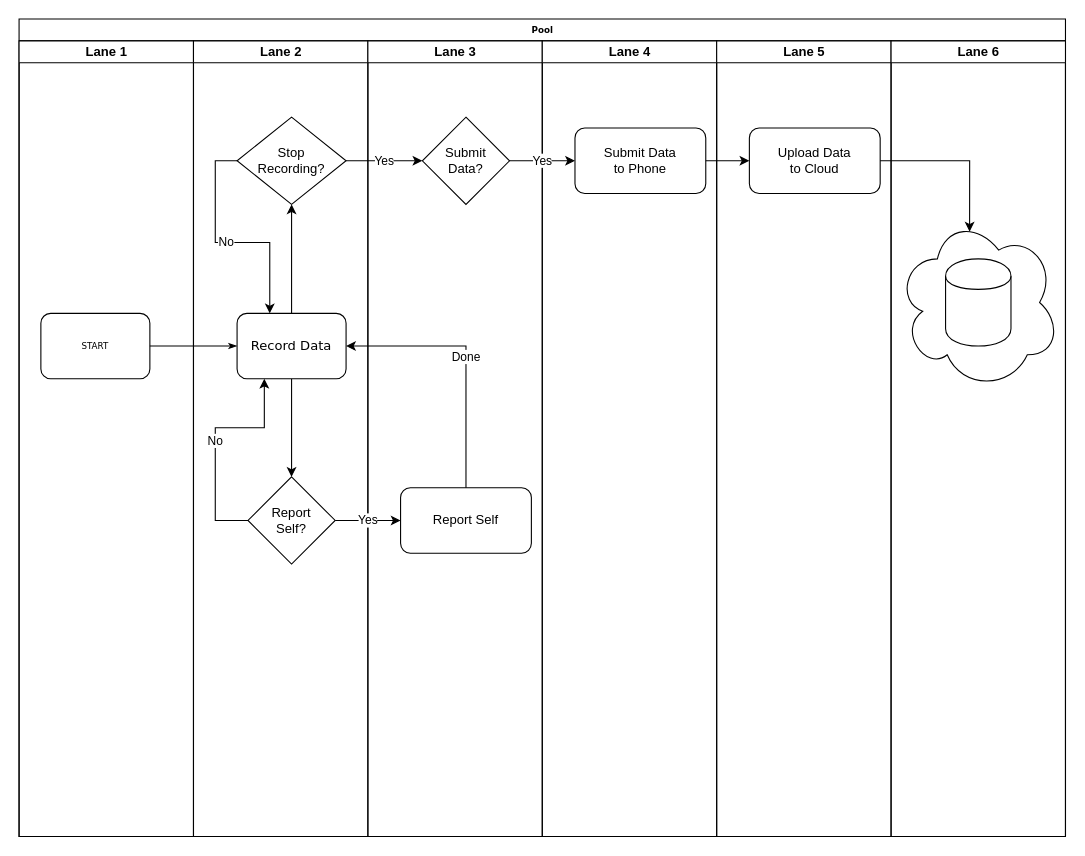
The draw.io diagram Untitled Diagram.drawio in chrisogonas/uploadFiles, before the edit. Source tidied: cells renumbered, new cells numbered last; positions are measured from the earlier drawing's top-left corner, leaving out a move shared by most shapes. Both pictures are drawn from the tidied source at 109%, with x=0, y=0 at pixel (19, 19).
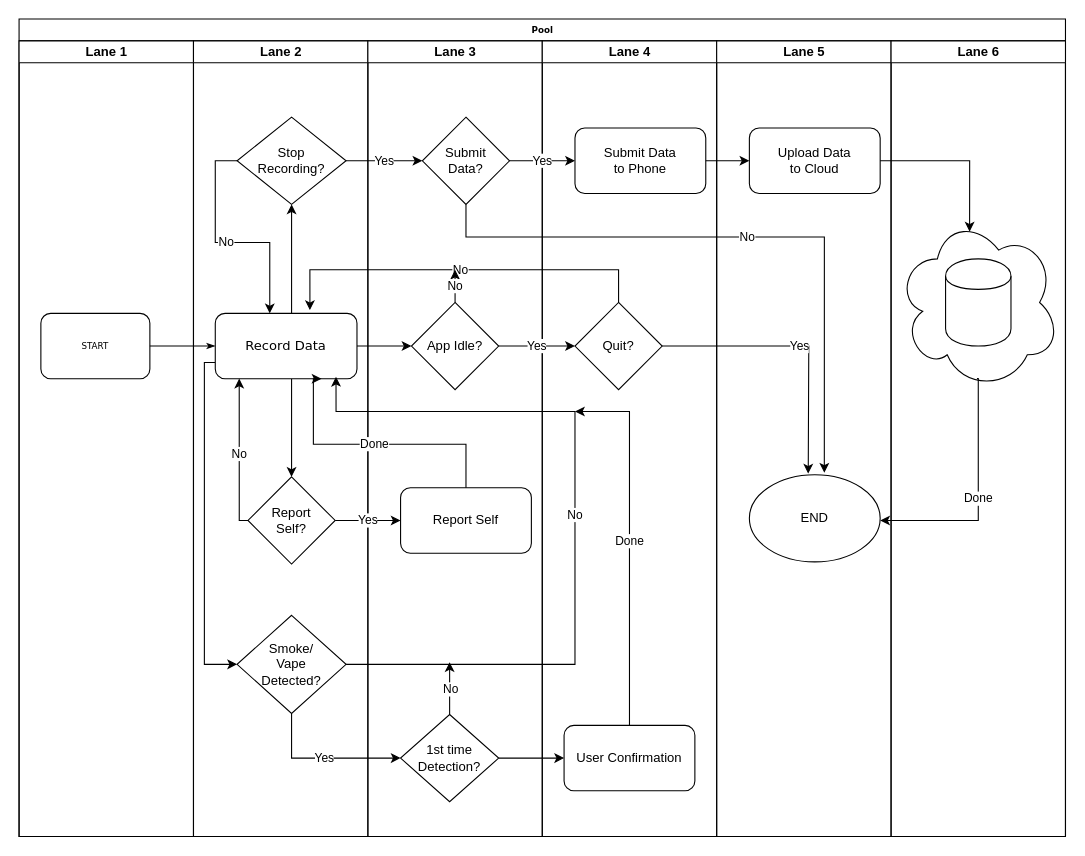
The same page after the edit.

The change refers to these unchanged cells:
```xml
<mxCell id="2" value="Pool" style="swimlane;html=1;startSize=20;rounded=0;shadow=0;labelBackgroundColor=none;strokeWidth=1;fontFamily=Verdana;fontSize=8;align=center;" parent="1" vertex="1">
  <mxGeometry width="960" height="750" as="geometry" />
</mxCell>
<mxCell id="14" value="Lane 2" style="swimlane;html=1;startSize=20;" parent="2" vertex="1">
  <mxGeometry x="160" y="20" width="160" height="730" as="geometry" />
</mxCell>
<mxCell id="15" value="Stop&lt;br&gt;Recording?" style="rhombus;whiteSpace=wrap;html=1;" parent="14" vertex="1">
  <mxGeometry x="40" y="70" width="100" height="80" as="geometry" />
</mxCell>
<mxCell id="20" value="Report&lt;br&gt;Self?" style="rhombus;whiteSpace=wrap;html=1;" parent="14" vertex="1">
  <mxGeometry x="50" y="400" width="80" height="80" as="geometry" />
</mxCell>
<mxCell id="21" value="Lane 3" style="swimlane;html=1;startSize=20;" parent="2" vertex="1">
  <mxGeometry x="320" y="20" width="160" height="730" as="geometry" />
</mxCell>
<mxCell id="22" value="Report Self" style="rounded=1;whiteSpace=wrap;html=1;" parent="21" vertex="1">
  <mxGeometry x="30" y="410" width="120" height="60" as="geometry" />
</mxCell>
<mxCell id="23" value="Submit&lt;br&gt;Data?" style="rhombus;whiteSpace=wrap;html=1;" parent="21" vertex="1">
  <mxGeometry x="50" y="70" width="80" height="80" as="geometry" />
</mxCell>
<mxCell id="24" value="Lane 4" style="swimlane;html=1;startSize=20;" parent="2" vertex="1">
  <mxGeometry x="480" y="20" width="160" height="730" as="geometry" />
</mxCell>
<mxCell id="27" value="Lane 5" style="swimlane;html=1;startSize=20;" parent="2" vertex="1">
  <mxGeometry x="640" y="20" width="160" height="730" as="geometry" />
</mxCell>
<mxCell id="30" style="ellipse;shape=cloud;whiteSpace=wrap;html=1;" parent="29" vertex="1">
  <mxGeometry x="5" y="160" width="150" height="160" as="geometry" />
</mxCell>
```

Change to the diagram source:
```diff
@@
     <mxCell id="16" style="edgeStyle=orthogonalEdgeStyle;rounded=0;comic=0;jettySize=auto;html=1;shadow=0;strokeColor=#000000;entryX=0.5;entryY=0;entryDx=0;entryDy=0;" parent="14" edge="1" source="17" target="20">
-      <mxGeometry relative="1" as="geometry" />
+      <mxGeometry relative="1" as="geometry">
+        <Array as="points">
+          <mxPoint x="90" y="330" />
+          <mxPoint x="90" y="330" />
+        </Array>
+      </mxGeometry>
     </mxCell>
+    <mxCell id="38" style="edgeStyle=orthogonalEdgeStyle;rounded=0;comic=0;jettySize=auto;html=1;exitX=0;exitY=0.75;exitDx=0;exitDy=0;entryX=0;entryY=0.5;entryDx=0;entryDy=0;shadow=0;strokeColor=#000000;" parent="14" edge="1" source="17" target="39">
+      <mxGeometry relative="1" as="geometry">
+        <Array as="points">
+          <mxPoint x="10" y="295" />
+          <mxPoint x="10" y="572" />
+        </Array>
+      </mxGeometry>
+    </mxCell>
     <mxCell id="17" value="&lt;font style=&quot;font-size: 12px&quot;&gt;Record Data&lt;/font&gt;" style="rounded=1;whiteSpace=wrap;html=1;shadow=0;labelBackgroundColor=none;strokeWidth=1;fontFamily=Verdana;fontSize=8;align=center;" parent="14" vertex="1">
-      <mxGeometry x="40" y="250" width="100" height="60" as="geometry" />
+      <mxGeometry x="20" y="250" width="130" height="60" as="geometry" />
     </mxCell>
     <mxCell id="18" style="edgeStyle=orthogonalEdgeStyle;rounded=0;jettySize=auto;html=1;" parent="14" edge="1" source="17" target="15">
-      <mxGeometry relative="1" as="geometry" />
+      <mxGeometry relative="1" as="geometry">
+        <Array as="points">
+          <mxPoint x="90" y="230" />
+          <mxPoint x="90" y="230" />
+        </Array>
+      </mxGeometry>
     </mxCell>
-    <mxCell id="19" value="No" style="edgeStyle=orthogonalEdgeStyle;rounded=0;comic=0;jettySize=auto;html=1;entryX=0.25;entryY=1;entryDx=0;entryDy=0;shadow=0;strokeColor=#000000;" parent="14" edge="1" source="20" target="17">
+    <mxCell id="19" value="No" style="edgeStyle=orthogonalEdgeStyle;rounded=0;comic=0;jettySize=auto;html=1;entryX=0.169;entryY=0.997;entryDx=0;entryDy=0;shadow=0;strokeColor=#000000;entryPerimeter=0;" parent="14" edge="1" source="20" target="17">
       <mxGeometry relative="1" as="geometry">
         <Array as="points">
-          <mxPoint x="20" y="440" />
-          <mxPoint x="20" y="355" />
-          <mxPoint x="65" y="355" />
+          <mxPoint x="42" y="440" />
         </Array>
       </mxGeometry>
     </mxCell>
@@
+    <mxCell id="39" value="Smoke/&lt;br&gt;Vape&lt;br&gt;Detected?" style="rhombus;whiteSpace=wrap;html=1;" parent="14" vertex="1">
+      <mxGeometry x="40" y="527" width="100" height="90" as="geometry" />
+    </mxCell>
+    <mxCell id="40" value="No" style="edgeStyle=orthogonalEdgeStyle;rounded=0;comic=0;jettySize=auto;html=1;shadow=0;strokeColor=#000000;entryX=0.852;entryY=0.97;entryDx=0;entryDy=0;entryPerimeter=0;" parent="14" edge="1" source="39" target="17">
+      <mxGeometry relative="1" as="geometry">
+        <Array as="points">
+          <mxPoint x="350" y="572" />
+          <mxPoint x="350" y="340" />
+          <mxPoint x="131" y="340" />
+        </Array>
+      </mxGeometry>
+    </mxCell>
@@
+    <mxCell id="41" value="1st time&lt;br&gt;Detection?" style="rhombus;whiteSpace=wrap;html=1;" parent="21" vertex="1">
+      <mxGeometry x="30" y="618" width="90" height="80" as="geometry" />
+    </mxCell>
@@
+    <mxCell id="42" value="App Idle?" style="rhombus;whiteSpace=wrap;html=1;" parent="21" vertex="1">
+      <mxGeometry x="40" y="240" width="80" height="80" as="geometry" />
+    </mxCell>
@@
+    <mxCell id="43" value="Quit?" style="rhombus;whiteSpace=wrap;html=1;" parent="24" vertex="1">
+      <mxGeometry x="30" y="240" width="80" height="80" as="geometry" />
+    </mxCell>
@@
+    <mxCell id="44" value="User Confirmation" style="rounded=1;whiteSpace=wrap;html=1;" parent="24" vertex="1">
+      <mxGeometry x="20" y="628" width="120" height="60" as="geometry" />
+    </mxCell>
@@
+    <mxCell id="45" value="END" style="ellipse;whiteSpace=wrap;html=1;" parent="27" vertex="1">
+      <mxGeometry x="30" y="398" width="120" height="80" as="geometry" />
+    </mxCell>
@@
-    <mxCell id="33" value="Done" style="edgeStyle=orthogonalEdgeStyle;rounded=0;comic=0;jettySize=auto;html=1;shadow=0;strokeColor=#000000;entryX=1;entryY=0.5;entryDx=0;entryDy=0;" parent="2" edge="1" source="22" target="17">
+    <mxCell id="33" value="Done" style="edgeStyle=orthogonalEdgeStyle;rounded=0;comic=0;jettySize=auto;html=1;shadow=0;strokeColor=#000000;entryX=0.75;entryY=1;entryDx=0;entryDy=0;" parent="2" edge="1" source="22" target="17">
       <mxGeometry relative="1" as="geometry">
         <Array as="points">
-          <mxPoint x="410" y="300" />
+          <mxPoint x="410" y="390" />
+          <mxPoint x="270" y="390" />
         </Array>
       </mxGeometry>
     </mxCell>
@@
+    <mxCell id="46" style="edgeStyle=orthogonalEdgeStyle;rounded=0;comic=0;jettySize=auto;html=1;shadow=0;strokeColor=#000000;" parent="2" edge="1" source="17" target="42">
+      <mxGeometry relative="1" as="geometry" />
+    </mxCell>
+    <mxCell id="47" value="Yes" style="edgeStyle=orthogonalEdgeStyle;rounded=0;comic=0;jettySize=auto;html=1;shadow=0;strokeColor=#000000;" parent="2" edge="1" source="42" target="43">
+      <mxGeometry relative="1" as="geometry" />
+    </mxCell>
+    <mxCell id="48" value="No" style="edgeStyle=orthogonalEdgeStyle;rounded=0;comic=0;jettySize=auto;html=1;shadow=0;strokeColor=#000000;entryX=0.668;entryY=-0.05;entryDx=0;entryDy=0;entryPerimeter=0;" parent="2" edge="1" source="43" target="17">
+      <mxGeometry relative="1" as="geometry">
+        <Array as="points">
+          <mxPoint x="550" y="230" />
+          <mxPoint x="267" y="230" />
+        </Array>
+      </mxGeometry>
+    </mxCell>
+    <mxCell id="49" value="Yes" style="edgeStyle=orthogonalEdgeStyle;rounded=0;comic=0;jettySize=auto;html=1;shadow=0;strokeColor=#000000;" parent="2" edge="1" source="43">
+      <mxGeometry relative="1" as="geometry">
+        <mxPoint x="724" y="417" as="targetPoint" />
+      </mxGeometry>
+    </mxCell>
+    <mxCell id="50" value="No" style="edgeStyle=orthogonalEdgeStyle;rounded=0;comic=0;jettySize=auto;html=1;shadow=0;strokeColor=#000000;entryX=0.573;entryY=-0.022;entryDx=0;entryDy=0;entryPerimeter=0;" parent="2" edge="1" source="23" target="45">
+      <mxGeometry relative="1" as="geometry">
+        <Array as="points">
+          <mxPoint x="410" y="200" />
+          <mxPoint x="739" y="200" />
+        </Array>
+      </mxGeometry>
+    </mxCell>
+    <mxCell id="51" value="Yes" style="edgeStyle=orthogonalEdgeStyle;rounded=0;comic=0;jettySize=auto;html=1;entryX=0;entryY=0.5;entryDx=0;entryDy=0;shadow=0;strokeColor=#000000;" parent="2" edge="1" source="39" target="41">
+      <mxGeometry relative="1" as="geometry">
+        <Array as="points">
+          <mxPoint x="250" y="678" />
+        </Array>
+      </mxGeometry>
+    </mxCell>
+    <mxCell id="52" style="edgeStyle=orthogonalEdgeStyle;rounded=0;comic=0;jettySize=auto;html=1;shadow=0;strokeColor=#000000;" parent="2" edge="1" source="41" target="44">
+      <mxGeometry relative="1" as="geometry" />
+    </mxCell>
@@
+    <mxCell id="53" value="No" style="edgeStyle=orthogonalEdgeStyle;rounded=0;comic=0;jettySize=auto;html=1;shadow=0;strokeColor=#000000;" parent="1" edge="1" source="42">
+      <mxGeometry relative="1" as="geometry">
+        <mxPoint x="400" y="230" as="targetPoint" />
+      </mxGeometry>
+    </mxCell>
+    <mxCell id="54" value="Done" style="edgeStyle=orthogonalEdgeStyle;rounded=0;comic=0;jettySize=auto;html=1;shadow=0;strokeColor=#000000;exitX=0.492;exitY=0.936;exitDx=0;exitDy=0;exitPerimeter=0;" parent="1" edge="1" source="30">
+      <mxGeometry relative="1" as="geometry">
+        <mxPoint x="790" y="460" as="targetPoint" />
+        <Array as="points">
+          <mxPoint x="880" y="330" />
+          <mxPoint x="880" y="460" />
+        </Array>
+      </mxGeometry>
+    </mxCell>
+    <mxCell id="55" value="No" style="edgeStyle=orthogonalEdgeStyle;rounded=0;comic=0;jettySize=auto;html=1;exitX=0.5;exitY=0;exitDx=0;exitDy=0;shadow=0;strokeColor=#000000;" parent="1" edge="1" source="41">
+      <mxGeometry relative="1" as="geometry">
+        <mxPoint x="395" y="590" as="targetPoint" />
+      </mxGeometry>
+    </mxCell>
+    <mxCell id="56" value="Done" style="edgeStyle=orthogonalEdgeStyle;rounded=0;comic=0;jettySize=auto;html=1;shadow=0;strokeColor=#000000;" parent="1" edge="1" source="44">
+      <mxGeometry relative="1" as="geometry">
+        <mxPoint x="510" y="360" as="targetPoint" />
+        <Array as="points">
+          <mxPoint x="560" y="360" />
+        </Array>
+      </mxGeometry>
+    </mxCell>
```
